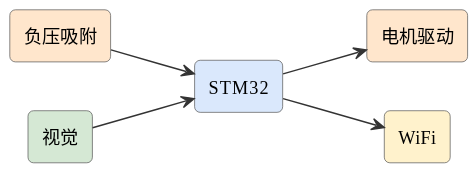
Above: assets/diagrams/ideas-fig102.svg in mingyi0818/IntelligentMcuCourse (PlantUML), before the change.
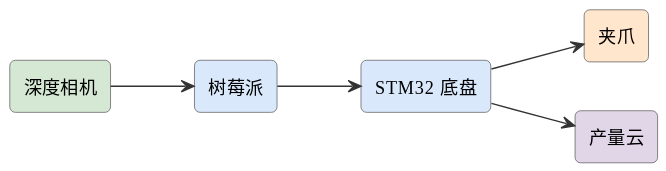
Above is the later version.

What changed in the source:
```diff
@@ -6,13 +6,13 @@
 skinparam arrowFontSize 11
 skinparam arrowColor #333
 left to right direction
-rectangle "负压吸附" as suck #ffe6cc
-rectangle "视觉" as cam #d5e8d4
-rectangle "STM32" as stm #dae8fc
-rectangle "电机驱动" as motor #ffe6cc
-rectangle "WiFi" as wifi #fff2cc
-suck --> stm
-cam --> stm
-stm --> motor
-stm --> wifi
+rectangle "深度相机" as cam #d5e8d4
+rectangle "树莓派" as pi #dae8fc
+rectangle "STM32 底盘" as stm #dae8fc
+rectangle "夹爪" as arm #ffe6cc
+rectangle "产量云" as cloud #e1d5e8
+cam --> pi
+pi --> stm
+stm --> arm
+stm --> cloud
 @enduml
```
